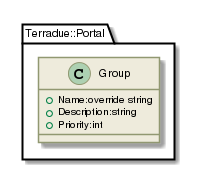
Before: _images/plantuml-080e21a962f5f54a43cd83058493a38453504e39.png, a diagram exported from PlantUML (Terradue/doc-tep-geohazards-arch). Source of this version:
```plantuml
@startuml

skinparam backgroundColor #FFFFFF


skinparam sequence {

        ActorBorderColor #000000

        ArrowColor #919871
        ArrowFontSize 8
        ArrowFontStyle plain
        ArrowFontName Arial

        LifeLineBorderColor #919871
        LifeLineBackgroundColor #EEEBDC

        ParticipantBorderColor #919871
        ParticipantBackgroundColor #EEEBDC
        ParticipantFontName Arial
        ParticipantFontSize 10
        ParticipantFontColor #000000

        ActorBackgroundColor #EEEBDC
        ActorFontColor #000000
        ActorFontSize 10
        ActorFontName Arial

}

skinparam class {

	ArrowFontColor #000000
	ArrowFontSize 10
	ArrowFontStyle plain
	ArrowFontName Arial

	AttributeFontColor #000000
	AttributeFontSize 10
	AttributeIconSize 11
	AttributeFontStyle plain
	AttributeFontName Arial

	FontColor #000000
	FontSize 11
	FontStyle plain
	FontName Arial

	StereotypeFontColor #000000
	StereotypeFontSize 10
	StereotypeFontStyle plain
	StereotypeFontName Arial

	BackgroundColor #EEEBDC
 	ArrowColor #919871
 	BorderColor #919871

 }

skinparam component {

	FontSize 11
 	BackgroundColor #EEEBDC
 	InterfaceBackgroundColor white
	InterfaceBorderColor black
 	BorderColor #919871
	ArrowColor black
 	ArrowFontColor #777777
 	FontName Arial
 	ArrowFontName Arial



}

skinparam package {
	FontColor black
	FontSize 11
	FontStyle plain
	FontName Arial
}

skinparam state {
	BackgroundColor #EEEBDC
	BorderColor #919871
	ArrowColor  black


	FontColor black
	FontSize 11
	FontStyle plain
	FontName Arial

	ArrowFontColor black
	ArrowFontSize 11
	ArrowFontStyle plain
	ArrowFontName Arial
	AttributeFontColor black
	AttributeFontSize 11
	AttributeFontStyle plain
	AttributeFontName Arial

}

skinparam activity {

	ArrowColor black
	BackgroundColor #EEEBDC
	BorderColor #919871
	StartColor black
	EndColor black
	BarColor #919871

	FontColor black
	FontSize 11
	FontStyle plain
	FontName Arial

	ArrowFontColor black
	ArrowFontSize 11
	ArrowFontStyle plain
	ArrowFontName Arial

}

skinparam usecase {

	BackgroundColor #EEEBDC
 	InterfaceBackgroundColor white
	InterfaceBorderColor black
 	BorderColor #919871
	ArrowColor black
	ActorBorderColor #919871
	ActorFontName Courier

}
skinparam backgroundColor #FFFFFF
skinparam componentStyle uml2
set namespaceSeparator ::
class Terradue::Portal::Group {
[[../information/classes/class_terradue_1_1_portal_1_1_group.html]]
 +Name:override string
 +Description:string
 +Priority:int
}

@enduml
```
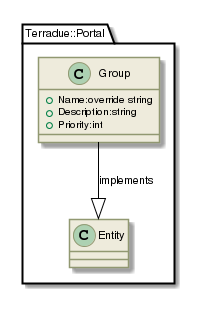
Later version of the same file.

The edit, as a diff of the source:
```diff
@@ -143,5 +143,6 @@
  +Description:string
  +Priority:int
 }
+Terradue::Portal::Group  --|>  Terradue::Portal::Entity : implements
 
 @enduml
```
